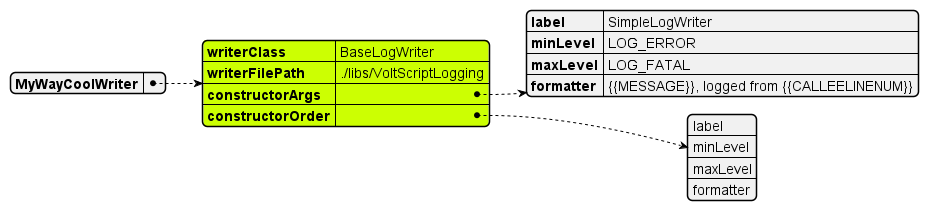
This is docs/assets/images/plantuml/logwriters.png from HCL-TECH-SOFTWARE/voltscript-json-converter, a PlantUML export, as it was before one commit. Its diagram source:
```plantuml
@startjson
#highlight "MyWayCoolWriter"/"writerClass"
#highlight "MyWayCoolWriter"/"writerFilePath"
#highlight "MyWayCoolWriter"/"constructorArgs"
#highlight "MyWayCoolWriter"/"constructorOrder"
{
    "MyWayCoolWriter": {
        "writerClass": "BaseLogWriter",
        "writerFilePath": "./libs/VoltScriptLogging",
        "constructorArgs": {
            "label": "SimpleLogWriter",
            "minLevel": "LOG_ERROR",
            "maxLevel": "LOG_FATAL",
            "formatter": "{{MESSAGE}}, logged from {{CALLEELINENUM}}"
        },
        "constructorOrder": [
            "label",
            "minLevel",
            "maxLevel",
            "formatter"
        ]
    }
}
@endjson
```
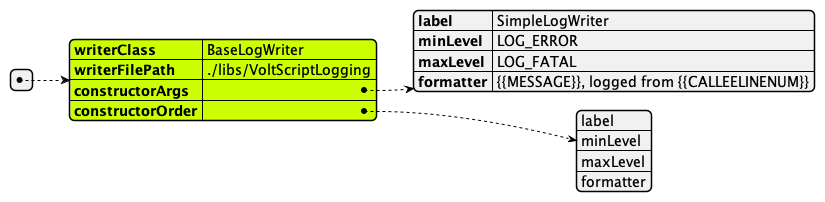
The same diagram one commit later.

The edit, as a diff of the source:
```diff
@@ -1,10 +1,10 @@
 @startjson
-#highlight "MyWayCoolWriter"/"writerClass"
-#highlight "MyWayCoolWriter"/"writerFilePath"
-#highlight "MyWayCoolWriter"/"constructorArgs"
-#highlight "MyWayCoolWriter"/"constructorOrder"
-{
-    "MyWayCoolWriter": {
+#highlight 0/"writerClass"
+#highlight 0/"writerFilePath"
+#highlight 0/"constructorArgs"
+#highlight 0/"constructorOrder"
+[
+    {
         "writerClass": "BaseLogWriter",
         "writerFilePath": "./libs/VoltScriptLogging",
         "constructorArgs": {
@@ -20,5 +20,5 @@
             "formatter"
         ]
     }
-}
+]
 @endjson
```
